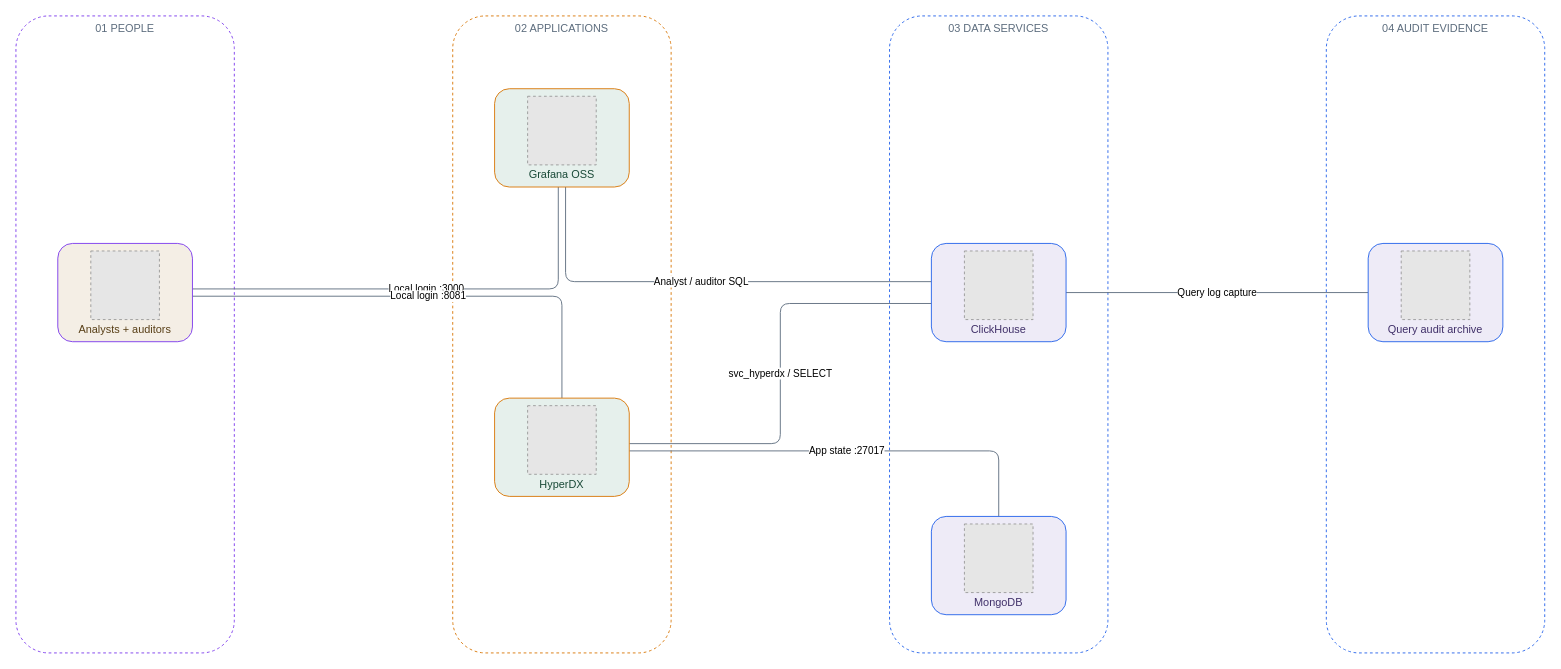
Above: docs/images/ironlog-access-audit/ironlog-access-audit.drawio in jake-kelley/ironlog (draw.io), before the change. Source tidied: cells renumbered, new cells numbered last; positions are measured from the earlier drawing's top-left corner, leaving out a move shared by most shapes. Both pictures are drawn from the tidied source at 91%, with x=0, y=0 at pixel (15, 15). Pictures stored in the file or linked from it are replaced by grey dashed boxes.
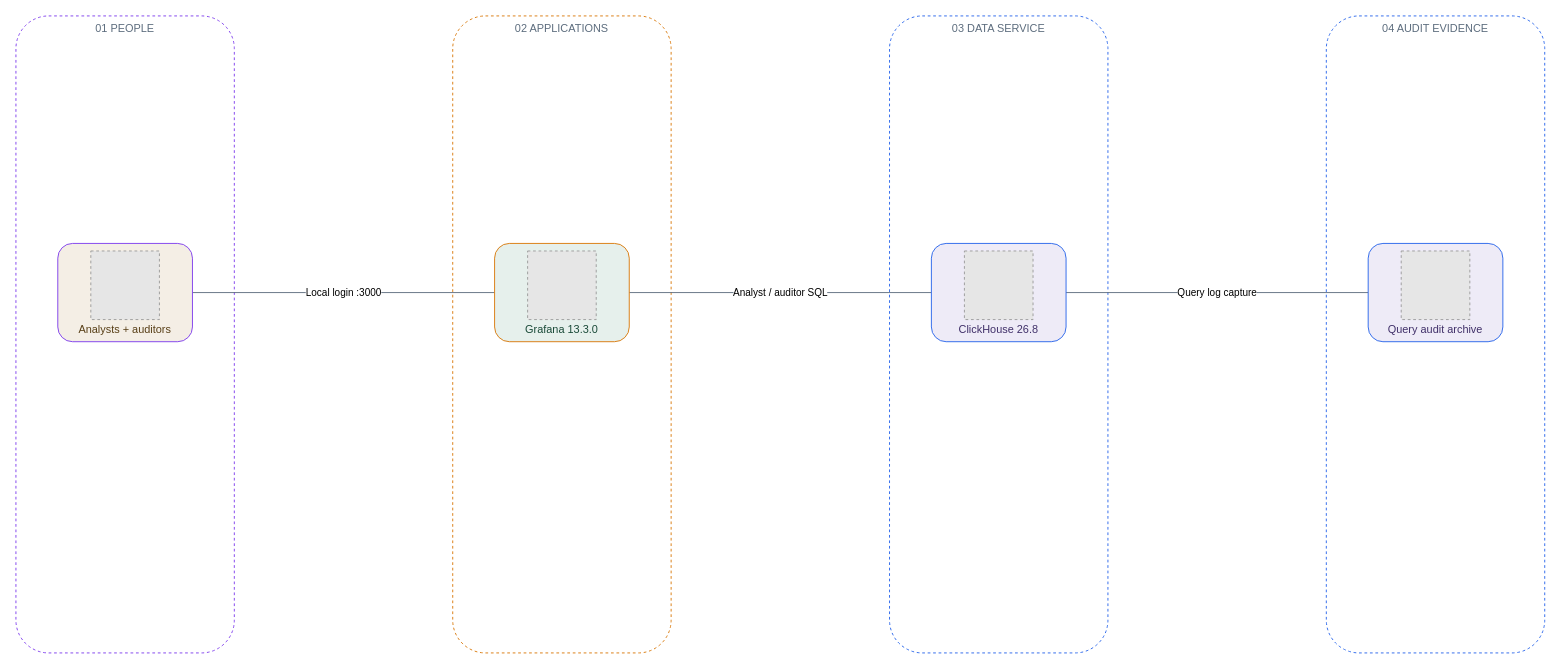
The same page after the edit.

Unchanged cells that the change refers to:
```xml
<mxCell id="12" value="Analysts + auditors" style="rounded=1;whiteSpace=wrap;html=1;fillColor=#F4EEE5;strokeColor=#A0722A;fontColor=#583F17;drawbridge=user-group;strokeColor=#7C3AED;drawbridge-color=#7C3AED;verticalAlign=bottom;spacingBottom=4;" parent="1" vertex="1">
  <mxGeometry x="46" y="250" width="148" height="108" as="geometry" />
</mxCell>
```

Change to the diagram source:
```diff
@@
-    <mxCell id="4" value="03  DATA SERVICES" style="rounded=1;whiteSpace=wrap;html=1;dashed=1;verticalAlign=top;fillColor=none;strokeColor=#8E9AA6;fontColor=#5D6D7E;drawbridge=zone;strokeColor=#2563EB;drawbridge-color=#2563EB;" parent="1" vertex="1">
+    <mxCell id="4" value="03  DATA SERVICE" style="rounded=1;whiteSpace=wrap;html=1;dashed=1;verticalAlign=top;fillColor=none;strokeColor=#8E9AA6;fontColor=#5D6D7E;drawbridge=zone;strokeColor=#2563EB;drawbridge-color=#2563EB;" parent="1" vertex="1">
       <mxGeometry x="960" width="240" height="700" as="geometry" />
     </mxCell>
@@
     <mxCell id="6" value="Local login :3000" style="edgeStyle=orthogonalEdgeStyle;rounded=1;html=1;jettySize=auto;endArrow=none;strokeColor=#5D6D7E;drawbridge-edge=1;" parent="1" edge="1" source="12" target="14">
-      <mxGeometry relative="1" as="geometry">
-        <Array as="points">
-          <mxPoint x="596" y="300" />
-        </Array>
-      </mxGeometry>
+      <mxGeometry relative="1" as="geometry" />
     </mxCell>
-    <mxCell id="7" value="Local login :8081" style="edgeStyle=orthogonalEdgeStyle;rounded=1;html=1;jettySize=auto;endArrow=none;strokeColor=#5D6D7E;drawbridge-edge=1;" parent="1" edge="1" source="12" target="16">
-      <mxGeometry relative="1" as="geometry">
-        <Array as="points">
-          <mxPoint x="600" y="308" />
-        </Array>
-      </mxGeometry>
+    <mxCell id="7" value="Analyst / auditor SQL" style="edgeStyle=orthogonalEdgeStyle;rounded=1;html=1;jettySize=auto;endArrow=none;strokeColor=#5D6D7E;drawbridge-edge=1;" parent="1" edge="1" source="14" target="16">
+      <mxGeometry relative="1" as="geometry" />
     </mxCell>
-    <mxCell id="8" value="Analyst / auditor SQL" style="edgeStyle=orthogonalEdgeStyle;rounded=1;html=1;jettySize=auto;endArrow=none;strokeColor=#5D6D7E;drawbridge-edge=1;" parent="1" edge="1" source="14" target="18">
-      <mxGeometry relative="1" as="geometry">
-        <Array as="points">
-          <mxPoint x="604" y="292" />
-        </Array>
-      </mxGeometry>
+    <mxCell id="8" value="Query log capture" style="edgeStyle=orthogonalEdgeStyle;rounded=1;html=1;jettySize=auto;endArrow=none;strokeColor=#5D6D7E;drawbridge-edge=1;" parent="1" edge="1" source="16" target="18">
+      <mxGeometry relative="1" as="geometry" />
     </mxCell>
-    <mxCell id="9" value="svc_hyperdx / SELECT" style="edgeStyle=orthogonalEdgeStyle;rounded=1;html=1;jettySize=auto;endArrow=none;strokeColor=#5D6D7E;drawbridge-edge=1;" parent="1" edge="1" source="16" target="18">
-      <mxGeometry relative="1" as="geometry">
-        <Array as="points">
-          <mxPoint x="840" y="470" />
-          <mxPoint x="840" y="316" />
-        </Array>
-      </mxGeometry>
-    </mxCell>
-    <mxCell id="10" value="App state :27017" style="edgeStyle=orthogonalEdgeStyle;rounded=1;html=1;jettySize=auto;endArrow=none;strokeColor=#5D6D7E;drawbridge-edge=1;" parent="1" edge="1" source="16" target="20">
-      <mxGeometry relative="1" as="geometry">
-        <Array as="points">
-          <mxPoint x="1080" y="478" />
-        </Array>
-      </mxGeometry>
-    </mxCell>
-    <mxCell id="11" value="Query log capture" style="edgeStyle=orthogonalEdgeStyle;rounded=1;html=1;jettySize=auto;endArrow=none;strokeColor=#5D6D7E;drawbridge-edge=1;" parent="1" edge="1" source="18" target="22">
-      <mxGeometry relative="1" as="geometry" />
-    </mxCell>
@@
-    <mxCell id="14" value="Grafana OSS" style="rounded=1;whiteSpace=wrap;html=1;fillColor=#E6F0EC;strokeColor=#2E8564;fontColor=#194937;drawbridge=container;strokeColor=#D97706;drawbridge-color=#D97706;verticalAlign=bottom;spacingBottom=4;" parent="1" vertex="1">
-      <mxGeometry x="526" y="80" width="148" height="108" as="geometry" />
+    <mxCell id="14" value="Grafana 13.3.0" style="rounded=1;whiteSpace=wrap;html=1;fillColor=#E6F0EC;strokeColor=#2E8564;fontColor=#194937;drawbridge=container;strokeColor=#D97706;drawbridge-color=#D97706;verticalAlign=bottom;spacingBottom=4;" parent="1" vertex="1">
+      <mxGeometry x="526" y="250" width="148" height="108" as="geometry" />
     </mxCell>
@@
-    <mxCell id="16" value="HyperDX" style="rounded=1;whiteSpace=wrap;html=1;fillColor=#E6F0EC;strokeColor=#2E8564;fontColor=#194937;drawbridge=container;strokeColor=#D97706;drawbridge-color=#D97706;verticalAlign=bottom;spacingBottom=4;" parent="1" vertex="1">
-      <mxGeometry x="526" y="420" width="148" height="108" as="geometry" />
+    <mxCell id="16" value="ClickHouse 26.8" style="rounded=1;whiteSpace=wrap;html=1;fillColor=#EEEBF7;strokeColor=#7458BE;fontColor=#403069;drawbridge=database;strokeColor=#2563EB;drawbridge-color=#2563EB;verticalAlign=bottom;spacingBottom=4;" parent="1" vertex="1">
+      <mxGeometry x="1006" y="250" width="148" height="108" as="geometry" />
     </mxCell>
@@
-    <mxCell id="18" value="ClickHouse" style="rounded=1;whiteSpace=wrap;html=1;fillColor=#EEEBF7;strokeColor=#7458BE;fontColor=#403069;drawbridge=database;strokeColor=#2563EB;drawbridge-color=#2563EB;verticalAlign=bottom;spacingBottom=4;" parent="1" vertex="1">
-      <mxGeometry x="1006" y="250" width="148" height="108" as="geometry" />
+    <mxCell id="18" value="Query audit archive" style="rounded=1;whiteSpace=wrap;html=1;fillColor=#EEEBF7;strokeColor=#7458BE;fontColor=#403069;drawbridge=database;strokeColor=#2563EB;drawbridge-color=#2563EB;verticalAlign=bottom;spacingBottom=4;" parent="1" vertex="1">
+      <mxGeometry x="1486" y="250" width="148" height="108" as="geometry" />
     </mxCell>
@@
-    <mxCell id="20" value="MongoDB" style="rounded=1;whiteSpace=wrap;html=1;fillColor=#EEEBF7;strokeColor=#7458BE;fontColor=#403069;drawbridge=database;strokeColor=#2563EB;drawbridge-color=#2563EB;verticalAlign=bottom;spacingBottom=4;" parent="1" vertex="1">
-      <mxGeometry x="1006" y="550" width="148" height="108" as="geometry" />
-    </mxCell>
-    <mxCell id="21" style="fillColor=#E6E6E6;strokeColor=#999999;dashed=1;" parent="20" vertex="1">
-      <mxGeometry x="36.3" y="8.3" width="75.4" height="75.4" as="geometry" />
-    </mxCell>
-    <mxCell id="22" value="Query audit archive" style="rounded=1;whiteSpace=wrap;html=1;fillColor=#EEEBF7;strokeColor=#7458BE;fontColor=#403069;drawbridge=database;strokeColor=#2563EB;drawbridge-color=#2563EB;verticalAlign=bottom;spacingBottom=4;" parent="1" vertex="1">
-      <mxGeometry x="1486" y="250" width="148" height="108" as="geometry" />
-    </mxCell>
-    <mxCell id="23" style="fillColor=#E6E6E6;strokeColor=#999999;dashed=1;" parent="22" vertex="1">
-      <mxGeometry x="36.3" y="8.3" width="75.4" height="75.4" as="geometry" />
-    </mxCell>
```
